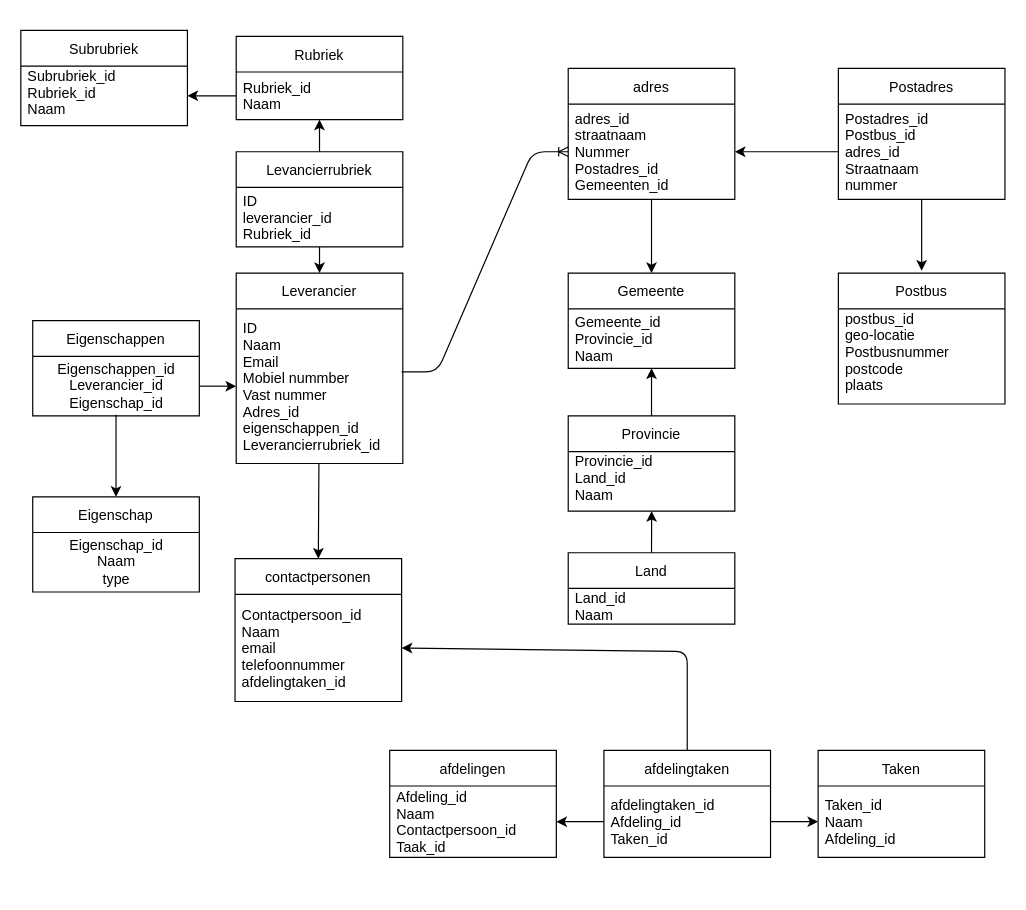
This is relational-data-storage/opdracht-1/Opdracht1.drawio from JelleKruijssen/educom-data-science-1664806245, a draw.io file, before an edit. Source tidied: cells renumbered, new cells numbered last; positions are measured from the earlier drawing's top-left corner, leaving out a move shared by most shapes. Both pictures are drawn from the tidied source at 119%, with x=0, y=0 at pixel (20, 30).
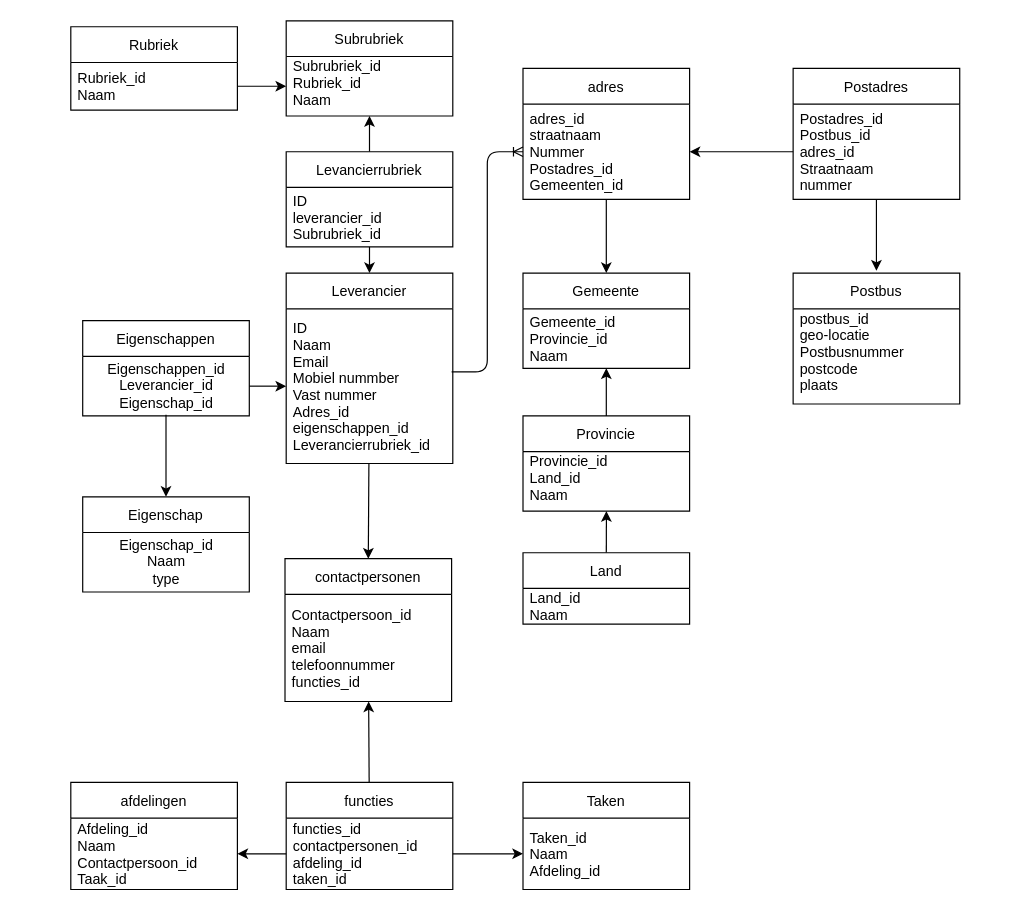
After the change.

Unchanged cells that the change refers to:
```xml
<mxCell id="6" value="Rubriek_id&#10;Naam" style="text;strokeColor=none;fillColor=none;align=left;verticalAlign=middle;spacingLeft=4;spacingRight=4;overflow=hidden;points=[[0,0.5],[1,0.5]];portConstraint=eastwest;" parent="5" vertex="1">
  <mxGeometry y="30" width="140" height="40" as="geometry" />
</mxCell>
<mxCell id="9" value="adres_id&#10;straatnaam&#10;Nummer&#10;Postadres_id&#10;Gemeenten_id" style="text;strokeColor=none;fillColor=none;align=left;verticalAlign=middle;spacingLeft=4;spacingRight=4;overflow=hidden;points=[[0,0.5],[1,0.5]];portConstraint=eastwest;" parent="8" vertex="1">
  <mxGeometry y="30" width="140" height="80" as="geometry" />
</mxCell>
<mxCell id="21" value="Afdeling_id&#10;Naam&#10;Contactpersoon_id&#10;Taak_id" style="text;strokeColor=none;fillColor=none;align=left;verticalAlign=middle;spacingLeft=4;spacingRight=4;overflow=hidden;points=[[0,0.5],[1,0.5]];portConstraint=eastwest;" parent="20" vertex="1">
  <mxGeometry y="30" width="140" height="60" as="geometry" />
</mxCell>
<mxCell id="23" value="Subrubriek_id&#10;Rubriek_id&#10;Naam&#10;" style="text;strokeColor=none;fillColor=none;align=left;verticalAlign=middle;spacingLeft=4;spacingRight=4;overflow=hidden;points=[[0,0.5],[1,0.5]];portConstraint=eastwest;" parent="22" vertex="1">
  <mxGeometry y="30" width="140" height="50" as="geometry" />
</mxCell>
<mxCell id="30" value="Taken_id&#10;Naam&#10;Afdeling_id" style="text;strokeColor=none;fillColor=none;align=left;verticalAlign=middle;spacingLeft=4;spacingRight=4;overflow=hidden;points=[[0,0.5],[1,0.5]];portConstraint=eastwest;" parent="29" vertex="1">
  <mxGeometry y="30" width="140" height="60" as="geometry" />
</mxCell>
```

Change to the diagram source:
```diff
@@
     <mxCell id="3" value="Leverancier" style="swimlane;fontStyle=0;horizontal=1;startSize=30;" parent="1" vertex="1">
-      <mxGeometry x="181" y="204" width="140" height="160" as="geometry" />
+      <mxGeometry x="223" y="204" width="140" height="160" as="geometry" />
     </mxCell>
@@
     <mxCell id="5" value="Rubriek" style="swimlane;fontStyle=0;horizontal=1;startSize=30;" parent="1" vertex="1">
-      <mxGeometry x="181" y="5" width="140" height="70" as="geometry" />
+      <mxGeometry x="42" y="-3" width="140" height="70" as="geometry" />
     </mxCell>
@@
     <mxCell id="8" value="adres" style="swimlane;fontStyle=0;horizontal=1;startSize=30;" parent="1" vertex="1">
-      <mxGeometry x="460" y="32" width="140" height="110" as="geometry" />
+      <mxGeometry x="422" y="32" width="140" height="110" as="geometry" />
     </mxCell>
@@
     <mxCell id="10" value="Gemeente" style="swimlane;fontStyle=0;horizontal=1;startSize=30;" parent="1" vertex="1">
-      <mxGeometry x="460" y="204" width="140" height="80" as="geometry" />
+      <mxGeometry x="422" y="204" width="140" height="80" as="geometry" />
     </mxCell>
@@
     <mxCell id="12" style="edgeStyle=none;html=1;entryX=0.479;entryY=1.1;entryDx=0;entryDy=0;entryPerimeter=0;exitX=0.5;exitY=0;exitDx=0;exitDy=0;" parent="1" edge="1" source="26">
       <mxGeometry relative="1" as="geometry">
-        <mxPoint x="530.1" y="404" as="targetPoint" />
+        <mxPoint x="492.1" y="404" as="targetPoint" />
       </mxGeometry>
     </mxCell>
     <mxCell id="13" value="Provincie" style="swimlane;fontStyle=0;horizontal=1;startSize=30;" parent="1" vertex="1">
-      <mxGeometry x="460" y="324" width="140" height="80" as="geometry" />
+      <mxGeometry x="422" y="324" width="140" height="80" as="geometry" />
     </mxCell>
@@
     <mxCell id="15" value="contactpersonen" style="swimlane;fontStyle=0;horizontal=1;startSize=30;" parent="1" vertex="1">
-      <mxGeometry x="180" y="444" width="140" height="120" as="geometry" />
+      <mxGeometry x="222" y="444" width="140" height="120" as="geometry" />
     </mxCell>
-    <mxCell id="16" value="Contactpersoon_id&#10;Naam&#10;email&#10;telefoonnummer&#10;afdelingtaken_id" style="text;strokeColor=none;fillColor=none;align=left;verticalAlign=middle;spacingLeft=4;spacingRight=4;overflow=hidden;points=[[0,0.5],[1,0.5]];portConstraint=eastwest;" parent="15" vertex="1">
+    <mxCell id="16" value="Contactpersoon_id&#10;Naam&#10;email&#10;telefoonnummer&#10;functies_id" style="text;strokeColor=none;fillColor=none;align=left;verticalAlign=middle;spacingLeft=4;spacingRight=4;overflow=hidden;points=[[0,0.5],[1,0.5]];portConstraint=eastwest;" parent="15" vertex="1">
       <mxGeometry y="30" width="140" height="90" as="geometry" />
     </mxCell>
@@
     <mxCell id="18" value="Postbus" style="swimlane;fontStyle=0;horizontal=1;startSize=30;" parent="1" vertex="1">
-      <mxGeometry x="687" y="204" width="140" height="110" as="geometry" />
+      <mxGeometry x="649" y="204" width="140" height="110" as="geometry" />
     </mxCell>
@@
     <mxCell id="20" value="afdelingen" style="swimlane;fontStyle=0;horizontal=1;startSize=30;" parent="1" vertex="1">
-      <mxGeometry x="310" y="605" width="140" height="90" as="geometry" />
+      <mxGeometry x="42" y="632" width="140" height="90" as="geometry" />
     </mxCell>
@@
+    <mxCell id="24" style="edgeStyle=none;html=1;entryX=0;entryY=0.5;entryDx=0;entryDy=0;exitX=1;exitY=0.5;exitDx=0;exitDy=0;" parent="1" edge="1" source="6" target="23">
+      <mxGeometry relative="1" as="geometry" />
+    </mxCell>
     <mxCell id="22" value="Subrubriek" style="swimlane;fontStyle=0;horizontal=1;startSize=30;" parent="1" vertex="1">
-      <mxGeometry width="140" height="80" as="geometry" />
+      <mxGeometry x="223" y="-8" width="140" height="80" as="geometry" />
     </mxCell>
@@
-    <mxCell id="24" style="endArrow=classic;html=1;entryX=1;entryY=0.5;entryDx=0;entryDy=0;exitX=0;exitY=0.5;exitDx=0;exitDy=0;" parent="1" edge="1" source="6" target="23">
-      <mxGeometry relative="1" as="geometry" />
-    </mxCell>
     <mxCell id="25" style="edgeStyle=entityRelationEdgeStyle;fontSize=12;html=1;endArrow=ERoneToMany;exitX=1;exitY=0.5;exitDx=0;exitDy=0;entryX=0;entryY=0.5;entryDx=0;entryDy=0;" parent="1" edge="1" target="9">
       <mxGeometry relative="1" as="geometry">
-        <mxPoint x="320" y="287" as="sourcePoint" />
+        <mxPoint x="362" y="287" as="sourcePoint" />
       </mxGeometry>
     </mxCell>
     <mxCell id="26" value="Land" style="swimlane;fontStyle=0;horizontal=1;startSize=30;" parent="1" vertex="1">
-      <mxGeometry x="460" y="439" width="140" height="60" as="geometry" />
+      <mxGeometry x="422" y="439" width="140" height="60" as="geometry" />
     </mxCell>
@@
-    <mxCell id="28" style="edgeStyle=none;html=1;exitX=1;exitY=0.5;exitDx=0;exitDy=0;entryX=0;entryY=0.5;entryDx=0;entryDy=0;" parent="1" edge="1" source="41" target="30">
-      <mxGeometry relative="1" as="geometry" />
-    </mxCell>
     <mxCell id="29" value="Taken" style="swimlane;fontStyle=0;horizontal=1;startSize=30;" parent="1" vertex="1">
-      <mxGeometry x="670" y="605" width="140" height="90" as="geometry" />
+      <mxGeometry x="422" y="632" width="140" height="90" as="geometry" />
     </mxCell>
@@
     <mxCell id="32" value="Eigenschappen" style="swimlane;fontStyle=0;horizontal=1;startSize=30;" parent="1" vertex="1">
-      <mxGeometry x="10" y="244" width="140" height="80" as="geometry" />
+      <mxGeometry x="52" y="244" width="140" height="80" as="geometry" />
     </mxCell>
@@
     <mxCell id="34" value="Eigenschap" style="swimlane;fontStyle=0;horizontal=1;startSize=30;" parent="1" vertex="1">
-      <mxGeometry x="10" y="392" width="140" height="80" as="geometry" />
+      <mxGeometry x="52" y="392" width="140" height="80" as="geometry" />
     </mxCell>
@@
-    <mxCell id="36" style="edgeStyle=none;html=1;" parent="1" edge="1" source="38" target="6">
-      <mxGeometry relative="1" as="geometry" />
-    </mxCell>
@@
+    <mxCell id="49" style="edgeStyle=none;html=1;" parent="1" edge="1" source="38" target="23">
+      <mxGeometry relative="1" as="geometry" />
+    </mxCell>
     <mxCell id="38" value="Levancierrubriek" style="swimlane;fontStyle=0;horizontal=1;startSize=30;" parent="1" vertex="1">
-      <mxGeometry x="181" y="102" width="140" height="80" as="geometry" />
+      <mxGeometry x="223" y="102" width="140" height="80" as="geometry" />
     </mxCell>
-    <mxCell id="39" value="ID&#10;leverancier_id&#10;Rubriek_id" style="text;strokeColor=none;fillColor=none;align=left;verticalAlign=middle;spacingLeft=4;spacingRight=4;overflow=hidden;" parent="38" vertex="1">
+    <mxCell id="39" value="ID&#10;leverancier_id&#10;Subrubriek_id" style="text;strokeColor=none;fillColor=none;align=left;verticalAlign=middle;spacingLeft=4;spacingRight=4;overflow=hidden;" parent="38" vertex="1">
       <mxGeometry y="30" width="140" height="50" as="geometry" />
     </mxCell>
-    <mxCell id="40" value="afdelingtaken" style="swimlane;fontStyle=0;horizontal=1;startSize=30;" parent="1" vertex="1">
-      <mxGeometry x="490" y="605" width="140" height="90" as="geometry" />
-    </mxCell>
-    <mxCell id="41" value="afdelingtaken_id&#10;Afdeling_id&#10;Taken_id" style="text;strokeColor=none;fillColor=none;align=left;verticalAlign=middle;spacingLeft=4;spacingRight=4;overflow=hidden;points=[[0,0.5],[1,0.5]];portConstraint=eastwest;" parent="40" vertex="1">
-      <mxGeometry y="30" width="140" height="60" as="geometry" />
-    </mxCell>
-    <mxCell id="42" style="edgeStyle=none;html=1;exitX=0;exitY=0.5;exitDx=0;exitDy=0;entryX=1;entryY=0.5;entryDx=0;entryDy=0;" parent="1" edge="1" source="41" target="21">
-      <mxGeometry relative="1" as="geometry" />
-    </mxCell>
-    <mxCell id="43" style="endArrow=classic;html=1;exitX=0.5;exitY=0;exitDx=0;exitDy=0;entryX=1;entryY=0.5;entryDx=0;entryDy=0;" parent="1" edge="1" source="40" target="16">
-      <mxGeometry relative="1" as="geometry">
-        <Array as="points">
-          <mxPoint x="560" y="522" />
-        </Array>
-      </mxGeometry>
-    </mxCell>
@@
     <mxCell id="45" style="edgeStyle=none;html=1;" parent="1" edge="1" source="46">
       <mxGeometry relative="1" as="geometry">
-        <mxPoint x="757" y="202" as="targetPoint" />
+        <mxPoint x="719" y="202" as="targetPoint" />
       </mxGeometry>
     </mxCell>
     <mxCell id="46" value="Postadres" style="swimlane;fontStyle=0;horizontal=1;startSize=30;" parent="1" vertex="1">
-      <mxGeometry x="687" y="32" width="140" height="110" as="geometry" />
+      <mxGeometry x="649" y="32" width="140" height="110" as="geometry" />
     </mxCell>
@@
+    <mxCell id="50" style="edgeStyle=none;html=1;" parent="1" edge="1" source="51" target="16">
+      <mxGeometry relative="1" as="geometry" />
+    </mxCell>
+    <mxCell id="51" value="functies" style="swimlane;fontStyle=0;horizontal=1;startSize=30;" parent="1" vertex="1">
+      <mxGeometry x="223" y="632" width="140" height="90" as="geometry" />
+    </mxCell>
+    <mxCell id="52" value="functies_id&#10;contactpersonen_id&#10;afdeling_id&#10;taken_id" style="text;strokeColor=none;fillColor=none;align=left;verticalAlign=middle;spacingLeft=4;spacingRight=4;overflow=hidden;points=[[0,0.5],[1,0.5]];portConstraint=eastwest;" parent="51" vertex="1">
+      <mxGeometry y="30" width="140" height="60" as="geometry" />
+    </mxCell>
+    <mxCell id="53" style="edgeStyle=none;html=1;" parent="1" edge="1" source="52" target="30">
+      <mxGeometry relative="1" as="geometry" />
+    </mxCell>
+    <mxCell id="54" style="edgeStyle=none;html=1;" parent="1" edge="1" source="52" target="21">
+      <mxGeometry relative="1" as="geometry" />
+    </mxCell>
```
